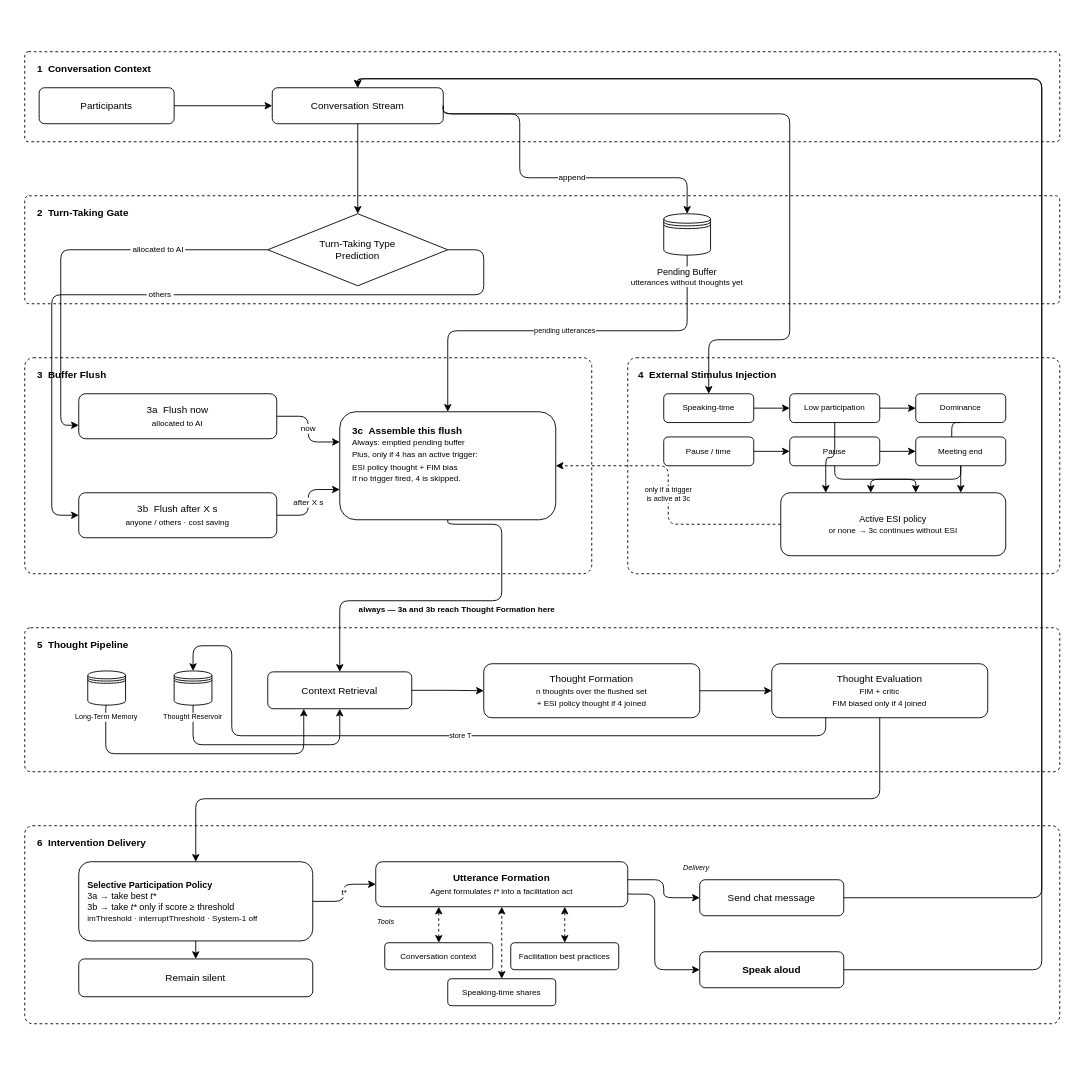
Earlier version of the draw.io diagram assets/figures/04/system-architcture.drawio (OliverHoenig/ba-ai-meeting-support). Source tidied: cells renumbered, new cells numbered last; positions are measured from the earlier drawing's top-left corner, leaving out a move shared by most shapes. Both pictures are drawn from the tidied source at 90%, with x=0, y=0 at pixel (15, 15).
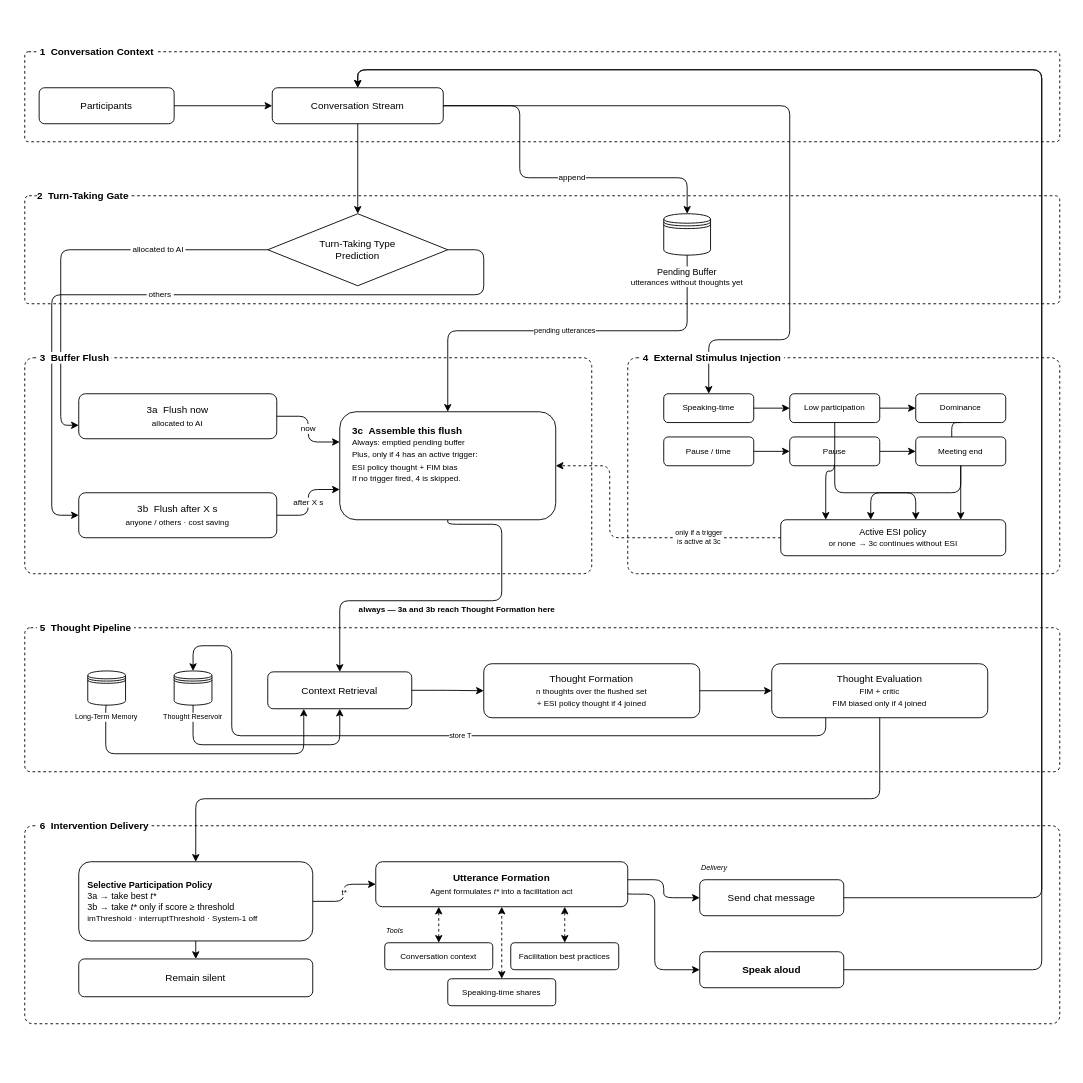
Above is the later version.

Commit message:
refactor: enhance system architecture diagram by replacing component labels with text elements for improved readability and consistency

The change refers to these unchanged cells:
```xml
<mxCell id="6" value="Conversation Stream" style="rounded=1;whiteSpace=wrap;html=1;strokeColor=#000000;fontColor=#000000;fillColor=none;fontFamily=Helvetica;fontSize=11;" parent="1" vertex="1">
  <mxGeometry x="285" y="80" width="190" height="40" as="geometry" />
</mxCell>
<mxCell id="11" style="shape=datastore;whiteSpace=wrap;html=1;fillColor=none;strokeColor=#000000;" parent="1" vertex="1">
  <mxGeometry x="720" y="220" width="52" height="46" as="geometry" />
</mxCell>
<mxCell id="14" value="&lt;b&gt;3c &amp;nbsp;Assemble this flush&lt;/b&gt;&lt;br&gt;&lt;font style=&quot;font-size: 9px;&quot;&gt;Always: emptied pending buffer&lt;br&gt;Plus, only if 4 has an active trigger:&lt;br&gt;ESI policy thought + FIM bias&lt;br&gt;If no trigger fired, 4 is skipped.&lt;/font&gt;" style="rounded=1;whiteSpace=wrap;html=1;strokeColor=#000000;fontColor=#000000;fillColor=none;fontFamily=Helvetica;fontSize=11;align=left;spacingLeft=12;spacingTop=8;verticalAlign=top;" parent="1" vertex="1">
  <mxGeometry x="360" y="440" width="240" height="120" as="geometry" />
</mxCell>
<mxCell id="16" value="Speaking-time" style="rounded=1;whiteSpace=wrap;html=1;strokeColor=#000000;fontColor=#000000;fillColor=none;fontFamily=Helvetica;fontSize=9;" parent="1" vertex="1">
  <mxGeometry x="720" y="420" width="100" height="32" as="geometry" />
</mxCell>
<mxCell id="38" value="Send chat message" style="rounded=1;whiteSpace=wrap;html=1;strokeColor=#000000;fontColor=#000000;fillColor=none;fontFamily=Helvetica;fontSize=11;" parent="1" vertex="1">
  <mxGeometry x="760" y="960" width="160" height="40" as="geometry" />
</mxCell>
<mxCell id="40" value="Speak aloud" style="rounded=1;whiteSpace=wrap;html=1;strokeColor=#000000;fontColor=#000000;fillColor=none;fontFamily=Helvetica;fontSize=11;fontStyle=1;" parent="1" vertex="1">
  <mxGeometry x="760" y="1040" width="160" height="40" as="geometry" />
</mxCell>
```

The edit, as a diff of the source:
```diff
@@
-    <mxCell id="3" value="&lt;span style=&quot;background-color: rgb(255, 255, 255);&quot;&gt;3 &amp;nbsp;Buffer Flush&lt;/span&gt;" style="rounded=1;whiteSpace=wrap;html=1;dashed=1;strokeColor=#000000;fontColor=#000000;fillColor=none;fontFamily=Helvetica;fontSize=11;fontStyle=1;verticalAlign=top;align=left;spacingLeft=12;spacingTop=6;arcSize=4;" parent="1" vertex="1">
+    <mxCell id="3" style="rounded=1;whiteSpace=wrap;html=1;dashed=1;strokeColor=#000000;fillColor=none;fontFamily=Helvetica;arcSize=4;" parent="1" vertex="1">
       <mxGeometry x="10" y="380" width="630" height="240" as="geometry" />
     </mxCell>
-    <mxCell id="4" value="1 &amp;nbsp;Conversation Context" style="rounded=1;whiteSpace=wrap;html=1;dashed=1;strokeColor=#000000;fontColor=#000000;fillColor=none;fontFamily=Helvetica;fontSize=11;fontStyle=1;verticalAlign=top;align=left;spacingLeft=12;spacingTop=6;arcSize=4;" parent="1" vertex="1">
+    <mxCell id="4" style="rounded=1;whiteSpace=wrap;html=1;dashed=1;strokeColor=#000000;fillColor=none;fontFamily=Helvetica;arcSize=4;" parent="1" vertex="1">
       <mxGeometry x="10" y="40" width="1150" height="100" as="geometry" />
     </mxCell>
+    <mxCell id="77" value="&amp;nbsp;1 &amp;nbsp;Conversation Context&amp;nbsp;" style="text;html=1;strokeColor=none;fillColor=none;align=left;verticalAlign=middle;whiteSpace=wrap;fontColor=#000000;fontFamily=Helvetica;fontSize=11;fontStyle=1;labelBackgroundColor=#FFFFFF;" parent="1" vertex="1">
+      <mxGeometry x="22" y="30" width="180" height="20" as="geometry" />
+    </mxCell>
@@
-    <mxCell id="7" value="2 &amp;nbsp;Turn-Taking Gate" style="rounded=1;whiteSpace=wrap;html=1;dashed=1;strokeColor=#000000;fontColor=#000000;fillColor=none;fontFamily=Helvetica;fontSize=11;fontStyle=1;verticalAlign=top;align=left;spacingLeft=12;spacingTop=6;arcSize=4;" parent="1" vertex="1">
+    <mxCell id="7" style="rounded=1;whiteSpace=wrap;html=1;dashed=1;strokeColor=#000000;fillColor=none;fontFamily=Helvetica;arcSize=4;" parent="1" vertex="1">
       <mxGeometry x="10" y="200" width="1150" height="120" as="geometry" />
     </mxCell>
+    <mxCell id="78" value="2 &amp;nbsp;Turn-Taking Gate" style="text;html=1;strokeColor=none;fillColor=none;align=left;verticalAlign=middle;whiteSpace=wrap;fontColor=#000000;fontFamily=Helvetica;fontSize=11;fontStyle=1;labelBackgroundColor=#FFFFFF;" parent="1" vertex="1">
+      <mxGeometry x="22" y="190" width="160" height="20" as="geometry" />
+    </mxCell>
@@
-    <mxCell id="15" value="4 &amp;nbsp;External Stimulus Injection" style="rounded=1;whiteSpace=wrap;html=1;dashed=1;strokeColor=#000000;fontColor=#000000;fillColor=none;fontFamily=Helvetica;fontSize=11;fontStyle=1;verticalAlign=top;align=left;spacingLeft=10;spacingTop=6;arcSize=4;" parent="1" vertex="1">
+    <mxCell id="15" style="rounded=1;whiteSpace=wrap;html=1;dashed=1;strokeColor=#000000;fillColor=none;fontFamily=Helvetica;arcSize=4;" parent="1" vertex="1">
       <mxGeometry x="680" y="380" width="480" height="240" as="geometry" />
     </mxCell>
@@
     <mxCell id="21" value="Active ESI policy&lt;br&gt;&lt;font style=&quot;font-size: 9px;&quot;&gt;or none → 3c continues without ESI&lt;/font&gt;" style="rounded=1;whiteSpace=wrap;html=1;strokeColor=#000000;fontColor=#000000;fillColor=none;fontFamily=Helvetica;fontSize=10;" parent="1" vertex="1">
-      <mxGeometry x="850" y="530" width="250" height="70" as="geometry" />
+      <mxGeometry x="850" y="560" width="250" height="40" as="geometry" />
     </mxCell>
-    <mxCell id="22" value="&lt;span style=&quot;background-color: rgb(255, 255, 255);&quot;&gt;5 &amp;nbsp;Thought Pipeline&lt;/span&gt;" style="rounded=1;whiteSpace=wrap;html=1;dashed=1;strokeColor=#000000;fontColor=#000000;fillColor=none;fontFamily=Helvetica;fontSize=11;fontStyle=1;verticalAlign=top;align=left;spacingLeft=12;spacingTop=6;arcSize=4;" parent="1" vertex="1">
+    <mxCell id="22" style="rounded=1;whiteSpace=wrap;html=1;dashed=1;strokeColor=#000000;fillColor=none;fontFamily=Helvetica;arcSize=4;" parent="1" vertex="1">
       <mxGeometry x="10" y="680" width="1150" height="160" as="geometry" />
     </mxCell>
+    <mxCell id="79" value="&amp;nbsp;5 &amp;nbsp;Thought Pipeline&amp;nbsp;" style="text;html=1;strokeColor=none;fillColor=none;align=left;verticalAlign=middle;whiteSpace=wrap;fontColor=#000000;fontFamily=Helvetica;fontSize=11;fontStyle=1;labelBackgroundColor=#FFFFFF;" parent="1" vertex="1">
+      <mxGeometry x="22" y="670" width="160" height="20" as="geometry" />
+    </mxCell>
@@
-    <mxCell id="28" value="&lt;span style=&quot;background-color: rgb(255, 255, 255);&quot;&gt;6 &amp;nbsp;Intervention Delivery&lt;/span&gt;" style="rounded=1;whiteSpace=wrap;html=1;dashed=1;strokeColor=#000000;fontColor=#000000;fillColor=none;fontFamily=Helvetica;fontSize=11;fontStyle=1;verticalAlign=top;align=left;spacingLeft=12;spacingTop=6;arcSize=4;" parent="1" vertex="1">
+    <mxCell id="28" style="rounded=1;whiteSpace=wrap;html=1;dashed=1;strokeColor=#000000;fillColor=none;fontFamily=Helvetica;arcSize=4;" parent="1" vertex="1">
       <mxGeometry x="10" y="900" width="1150" height="220" as="geometry" />
     </mxCell>
+    <mxCell id="80" value="&amp;nbsp;6 &amp;nbsp;Intervention Delivery&amp;nbsp;" style="text;html=1;strokeColor=none;fillColor=none;align=left;verticalAlign=middle;whiteSpace=wrap;fontColor=#000000;fontFamily=Helvetica;fontSize=11;fontStyle=1;labelBackgroundColor=#FFFFFF;" parent="1" vertex="1">
+      <mxGeometry x="22" y="890" width="180" height="20" as="geometry" />
+    </mxCell>
@@
     <mxCell id="32" value="Tools" style="text;html=1;strokeColor=none;fillColor=none;align=left;verticalAlign=middle;fontColor=#000000;fontFamily=Helvetica;fontSize=8;fontStyle=2;" parent="1" vertex="1">
-      <mxGeometry x="400" y="1000" width="40" height="14" as="geometry" />
+      <mxGeometry x="410" y="1010" width="40" height="14" as="geometry" />
     </mxCell>
@@
     <mxCell id="36" value="Delivery" style="text;html=1;strokeColor=none;fillColor=none;align=left;verticalAlign=middle;fontColor=#000000;fontFamily=Helvetica;fontSize=8;fontStyle=2;" parent="1" vertex="1">
-      <mxGeometry x="740" y="940" width="50" height="14" as="geometry" />
+      <mxGeometry x="760" y="940" width="50" height="14" as="geometry" />
     </mxCell>
     <mxCell id="37" style="edgeStyle=orthogonalEdgeStyle;shape=connector;rounded=1;html=1;exitX=1;exitY=0.5;exitDx=0;exitDy=0;entryX=0.5;entryY=0;entryDx=0;entryDy=0;labelBackgroundColor=default;strokeColor=#000000;fontFamily=Helvetica;fontSize=11;fontColor=default;startArrow=none;startFill=0;endArrow=classic;endFill=1;" parent="1" edge="1" source="38" target="6">
       <mxGeometry relative="1" as="geometry">
         <Array as="points">
           <mxPoint x="1140" y="980" />
-          <mxPoint x="1140" y="70" />
-          <mxPoint x="380" y="70" />
+          <mxPoint x="1140" y="60" />
+          <mxPoint x="380" y="60" />
         </Array>
       </mxGeometry>
     </mxCell>
@@
     <mxCell id="39" style="edgeStyle=orthogonalEdgeStyle;shape=connector;rounded=1;html=1;exitX=1;exitY=0.5;exitDx=0;exitDy=0;entryX=0.5;entryY=0;entryDx=0;entryDy=0;labelBackgroundColor=default;strokeColor=#000000;fontFamily=Helvetica;fontSize=11;fontColor=default;startArrow=none;startFill=0;endArrow=classic;endFill=1;" parent="1" edge="1" source="40" target="6">
       <mxGeometry relative="1" as="geometry">
         <Array as="points">
           <mxPoint x="1140" y="1060" />
-          <mxPoint x="1140" y="70" />
-          <mxPoint x="380" y="70" />
+          <mxPoint x="1140" y="60" />
+          <mxPoint x="380" y="60" />
         </Array>
       </mxGeometry>
     </mxCell>
@@
     <mxCell id="42" value="append" style="edgeStyle=orthogonalEdgeStyle;shape=connector;rounded=1;html=1;strokeColor=#000000;fontFamily=Helvetica;fontSize=9;fontColor=#000000;endArrow=classic;endFill=1;labelBackgroundColor=#FFFFFF;exitX=1;exitY=0.5;entryX=0.5;entryY=0;entryDx=0;entryDy=0;" parent="1" edge="1" source="6" target="11">
       <mxGeometry x="0.14" relative="1" as="geometry">
         <Array as="points">
-          <mxPoint x="560" y="109" />
+          <mxPoint x="560" y="100" />
           <mxPoint x="560" y="180" />
           <mxPoint x="746" y="180" />
         </Array>
       </mxGeometry>
     </mxCell>
@@
     <mxCell id="56" value="only if a trigger&lt;br&gt;is active at 3c" style="edgeStyle=orthogonalEdgeStyle;shape=connector;rounded=1;html=1;strokeColor=#000000;fontFamily=Helvetica;fontSize=8;fontColor=#000000;endArrow=classic;endFill=1;dashed=1;labelBackgroundColor=#FFFFFF;exitX=0;exitY=0.5;entryX=1;entryY=0.5;" parent="1" edge="1" source="21" target="14">
-      <mxGeometry relative="1" as="geometry" />
+      <mxGeometry x="-0.45" relative="1" as="geometry">
+        <Array as="points">
+          <mxPoint x="660" y="580" />
+          <mxPoint x="660" y="500" />
+        </Array>
+      </mxGeometry>
     </mxCell>
@@
     <mxCell id="58" style="edgeStyle=orthogonalEdgeStyle;shape=connector;rounded=1;html=1;strokeColor=#000000;endArrow=classic;endFill=1;exitX=1;exitY=0.5;entryX=0.5;entryY=0;" parent="1" edge="1" source="6" target="16">
       <mxGeometry relative="1" as="geometry">
         <Array as="points">
-          <mxPoint x="860" y="109" />
+          <mxPoint x="860" y="100" />
           <mxPoint x="860" y="360" />
+          <mxPoint x="770" y="360" />
         </Array>
       </mxGeometry>
     </mxCell>
@@
+    <mxCell id="81" value="&amp;nbsp;3 &amp;nbsp;Buffer Flush&amp;nbsp;" style="text;html=1;strokeColor=none;fillColor=none;align=left;verticalAlign=middle;whiteSpace=wrap;fontColor=#000000;fontFamily=Helvetica;fontSize=11;fontStyle=1;labelBackgroundColor=#FFFFFF;" parent="1" vertex="1">
+      <mxGeometry x="22" y="370" width="130" height="20" as="geometry" />
+    </mxCell>
+    <mxCell id="82" value="&amp;nbsp;4 &amp;nbsp;External Stimulus Injection&amp;nbsp;" style="text;html=1;strokeColor=none;fillColor=none;align=left;verticalAlign=middle;whiteSpace=wrap;fontColor=#000000;fontFamily=Helvetica;fontSize=11;fontStyle=1;labelBackgroundColor=#FFFFFF;" parent="1" vertex="1">
+      <mxGeometry x="692" y="370" width="220" height="20" as="geometry" />
+    </mxCell>
```
